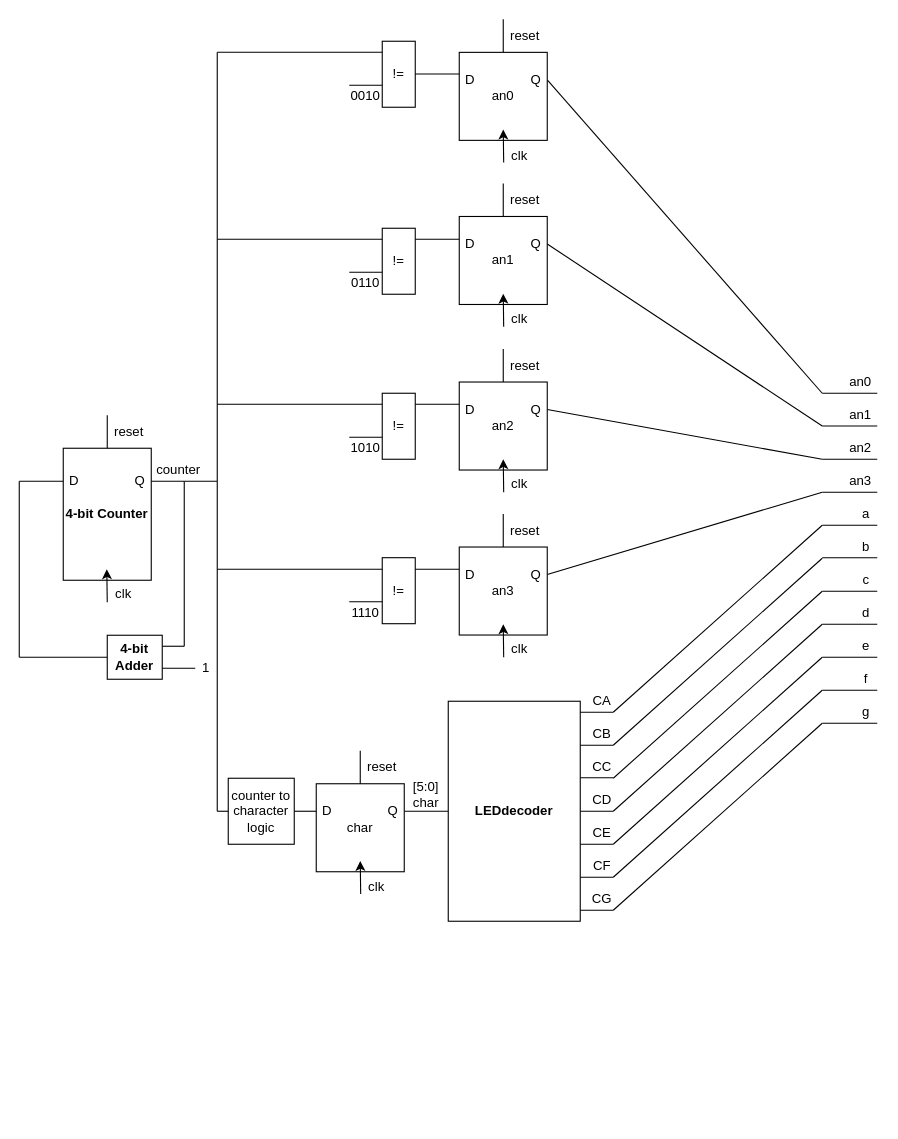
Earlier version of the draw.io diagram Lab1/dataflow/Lab1.drawio (ACrispyCookie/ECE333-Digital-Systems-Lab). Source tidied: cells renumbered, new cells numbered last; positions are measured from the earlier drawing's top-left corner, leaving out a move shared by most shapes. Both pictures are drawn from the tidied source at 110%, with x=0, y=0 at pixel (19, 19).
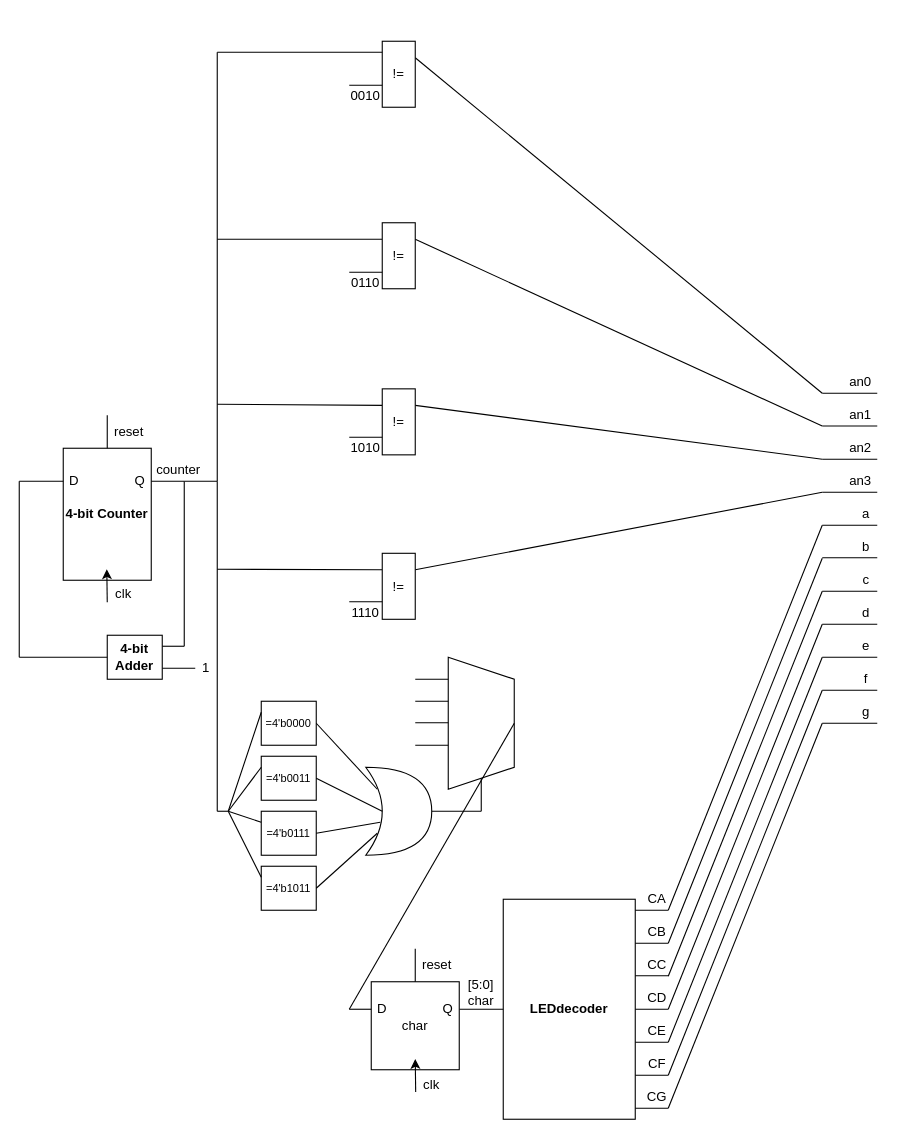
After the change.

Commit message (it also covers changes not shown here):
Change data flow design

The change refers to these unchanged cells:
```xml
<mxCell id="111" value="!=" style="rounded=0;whiteSpace=wrap;html=1;" parent="1" vertex="1">
  <mxGeometry x="330" y="20" width="30" height="60" as="geometry" />
</mxCell>
```

What changed in the source:
```diff
@@
-    <mxCell id="41" style="endArrow=none;html=1;rounded=0;exitX=1;exitY=0.5;exitDx=0;exitDy=0;" parent="1" edge="1" source="78">
+    <mxCell id="41" style="endArrow=none;html=1;rounded=0;exitX=1;exitY=0.25;exitDx=0;exitDy=0;" parent="1" edge="1" source="111">
       <mxGeometry relative="1" as="geometry">
         <mxPoint x="730" y="340" as="targetPoint" />
       </mxGeometry>
     </mxCell>
-    <mxCell id="42" style="endArrow=none;html=1;rounded=0;exitX=1;exitY=0.5;exitDx=0;exitDy=0;" parent="1" edge="1" source="85">
+    <mxCell id="42" style="endArrow=none;html=1;rounded=0;exitX=1;exitY=0.25;exitDx=0;exitDy=0;" parent="1" edge="1" source="126">
       <mxGeometry relative="1" as="geometry">
         <mxPoint x="730" y="369.8" as="targetPoint" />
       </mxGeometry>
     </mxCell>
-    <mxCell id="43" style="endArrow=none;html=1;rounded=0;exitX=1;exitY=0.5;exitDx=0;exitDy=0;" parent="1" edge="1" source="92">
+    <mxCell id="43" style="endArrow=none;html=1;rounded=0;exitX=1;exitY=0.25;exitDx=0;exitDy=0;" parent="1" edge="1" source="129">
       <mxGeometry relative="1" as="geometry">
         <mxPoint x="730" y="400" as="targetPoint" />
       </mxGeometry>
     </mxCell>
-    <mxCell id="44" style="endArrow=none;html=1;rounded=0;exitX=1;exitY=0.5;exitDx=0;exitDy=0;" parent="1" edge="1" source="99">
+    <mxCell id="44" style="endArrow=none;html=1;rounded=0;exitX=1;exitY=0.25;exitDx=0;exitDy=0;" parent="1" edge="1" source="132">
       <mxGeometry relative="1" as="geometry">
         <mxPoint x="730" y="430" as="targetPoint" />
       </mxGeometry>
     </mxCell>
     <mxCell id="45" style="group;" parent="1" vertex="1">
-      <mxGeometry x="270" y="610" width="270" height="210" as="geometry" />
+      <mxGeometry x="320" y="790" width="270" height="210" as="geometry" />
     </mxCell>
@@
-    <mxCell id="75" style="group;" parent="1" vertex="1">
-      <mxGeometry x="400" y="0.1" width="80" height="579.9" as="geometry" />
-    </mxCell>
-    <mxCell id="76" value="an0" style="rounded=0;whiteSpace=wrap;html=1;" parent="75" vertex="1">
-      <mxGeometry y="30" width="80" height="80" as="geometry" />
-    </mxCell>
-    <mxCell id="77" value="D" style="text;html=1;align=center;verticalAlign=middle;whiteSpace=wrap;rounded=0;" parent="75" vertex="1">
-      <mxGeometry y="40" width="20" height="30" as="geometry" />
-    </mxCell>
-    <mxCell id="78" value="Q" style="text;html=1;align=center;verticalAlign=middle;whiteSpace=wrap;rounded=0;" parent="75" vertex="1">
-      <mxGeometry x="60" y="45" width="20" height="20" as="geometry" />
-    </mxCell>
-    <mxCell id="79" style="endArrow=none;html=1;rounded=0;exitX=0.5;exitY=0;exitDx=0;exitDy=0;" parent="75" edge="1">
-      <mxGeometry relative="1" as="geometry">
-        <mxPoint x="40" y="30" as="sourcePoint" />
-        <mxPoint x="40" as="targetPoint" />
-      </mxGeometry>
-    </mxCell>
-    <mxCell id="80" value="reset" style="text;html=1;align=center;verticalAlign=middle;whiteSpace=wrap;rounded=0;" parent="75" vertex="1">
-      <mxGeometry x="40" width="40" height="30" as="geometry" />
-    </mxCell>
-    <mxCell id="81" style="endArrow=classic;html=1;rounded=0;" parent="75" edge="1">
-      <mxGeometry relative="1" as="geometry">
-        <mxPoint x="40.4" y="130.2" as="sourcePoint" />
-        <mxPoint x="40" y="100.2" as="targetPoint" />
-      </mxGeometry>
-    </mxCell>
-    <mxCell id="82" value="clk" style="text;html=1;align=center;verticalAlign=middle;whiteSpace=wrap;rounded=0;" parent="75" vertex="1">
-      <mxGeometry x="40.4" y="116.9" width="30" height="13.3" as="geometry" />
-    </mxCell>
-    <mxCell id="83" value="an1" style="rounded=0;whiteSpace=wrap;html=1;" parent="75" vertex="1">
-      <mxGeometry y="179.2" width="80" height="80" as="geometry" />
-    </mxCell>
-    <mxCell id="84" value="D" style="text;html=1;align=center;verticalAlign=middle;whiteSpace=wrap;rounded=0;" parent="75" vertex="1">
-      <mxGeometry y="189.2" width="20" height="30" as="geometry" />
-    </mxCell>
-    <mxCell id="85" value="Q" style="text;html=1;align=center;verticalAlign=middle;whiteSpace=wrap;rounded=0;" parent="75" vertex="1">
-      <mxGeometry x="60" y="194.2" width="20" height="20" as="geometry" />
-    </mxCell>
-    <mxCell id="86" style="endArrow=none;html=1;rounded=0;exitX=0.5;exitY=0;exitDx=0;exitDy=0;" parent="75" edge="1">
-      <mxGeometry relative="1" as="geometry">
-        <mxPoint x="40" y="179.2" as="sourcePoint" />
-        <mxPoint x="40" y="149.2" as="targetPoint" />
-      </mxGeometry>
-    </mxCell>
-    <mxCell id="87" value="reset" style="text;html=1;align=center;verticalAlign=middle;whiteSpace=wrap;rounded=0;" parent="75" vertex="1">
-      <mxGeometry x="40" y="149.2" width="40" height="30" as="geometry" />
-    </mxCell>
-    <mxCell id="88" style="endArrow=classic;html=1;rounded=0;" parent="75" edge="1">
-      <mxGeometry relative="1" as="geometry">
-        <mxPoint x="40.4" y="279.4" as="sourcePoint" />
-        <mxPoint x="40" y="249.4" as="targetPoint" />
-      </mxGeometry>
-    </mxCell>
-    <mxCell id="89" value="clk" style="text;html=1;align=center;verticalAlign=middle;whiteSpace=wrap;rounded=0;" parent="75" vertex="1">
-      <mxGeometry x="40.4" y="266.1" width="30" height="13.3" as="geometry" />
-    </mxCell>
-    <mxCell id="90" value="an2" style="rounded=0;whiteSpace=wrap;html=1;" parent="75" vertex="1">
-      <mxGeometry y="329.7" width="80" height="80" as="geometry" />
-    </mxCell>
-    <mxCell id="91" value="D" style="text;html=1;align=center;verticalAlign=middle;whiteSpace=wrap;rounded=0;" parent="75" vertex="1">
-      <mxGeometry y="339.7" width="20" height="30" as="geometry" />
-    </mxCell>
-    <mxCell id="92" value="Q" style="text;html=1;align=center;verticalAlign=middle;whiteSpace=wrap;rounded=0;" parent="75" vertex="1">
-      <mxGeometry x="60" y="344.7" width="20" height="20" as="geometry" />
-    </mxCell>
-    <mxCell id="93" style="endArrow=none;html=1;rounded=0;exitX=0.5;exitY=0;exitDx=0;exitDy=0;" parent="75" edge="1">
-      <mxGeometry relative="1" as="geometry">
-        <mxPoint x="40" y="329.7" as="sourcePoint" />
-        <mxPoint x="40" y="299.7" as="targetPoint" />
-      </mxGeometry>
-    </mxCell>
-    <mxCell id="94" value="reset" style="text;html=1;align=center;verticalAlign=middle;whiteSpace=wrap;rounded=0;" parent="75" vertex="1">
-      <mxGeometry x="40" y="299.7" width="40" height="30" as="geometry" />
-    </mxCell>
-    <mxCell id="95" style="endArrow=classic;html=1;rounded=0;" parent="75" edge="1">
-      <mxGeometry relative="1" as="geometry">
-        <mxPoint x="40.4" y="429.9" as="sourcePoint" />
-        <mxPoint x="40" y="399.9" as="targetPoint" />
-      </mxGeometry>
-    </mxCell>
-    <mxCell id="96" value="clk" style="text;html=1;align=center;verticalAlign=middle;whiteSpace=wrap;rounded=0;" parent="75" vertex="1">
-      <mxGeometry x="40.4" y="416.6" width="30" height="13.3" as="geometry" />
-    </mxCell>
-    <mxCell id="97" value="an3" style="rounded=0;whiteSpace=wrap;html=1;" parent="75" vertex="1">
-      <mxGeometry y="479.7" width="80" height="80" as="geometry" />
-    </mxCell>
-    <mxCell id="98" value="D" style="text;html=1;align=center;verticalAlign=middle;whiteSpace=wrap;rounded=0;" parent="75" vertex="1">
-      <mxGeometry y="489.7" width="20" height="30" as="geometry" />
-    </mxCell>
-    <mxCell id="99" value="Q" style="text;html=1;align=center;verticalAlign=middle;whiteSpace=wrap;rounded=0;" parent="75" vertex="1">
-      <mxGeometry x="60" y="494.7" width="20" height="20" as="geometry" />
-    </mxCell>
-    <mxCell id="100" style="endArrow=none;html=1;rounded=0;exitX=0.5;exitY=0;exitDx=0;exitDy=0;" parent="75" edge="1">
-      <mxGeometry relative="1" as="geometry">
-        <mxPoint x="40" y="479.7" as="sourcePoint" />
-        <mxPoint x="40" y="449.7" as="targetPoint" />
-      </mxGeometry>
-    </mxCell>
-    <mxCell id="101" value="reset" style="text;html=1;align=center;verticalAlign=middle;whiteSpace=wrap;rounded=0;" parent="75" vertex="1">
-      <mxGeometry x="40" y="449.7" width="40" height="30" as="geometry" />
-    </mxCell>
-    <mxCell id="102" style="endArrow=classic;html=1;rounded=0;" parent="75" edge="1">
-      <mxGeometry relative="1" as="geometry">
-        <mxPoint x="40.4" y="579.9" as="sourcePoint" />
-        <mxPoint x="40" y="549.9" as="targetPoint" />
-      </mxGeometry>
-    </mxCell>
-    <mxCell id="103" value="clk" style="text;html=1;align=center;verticalAlign=middle;whiteSpace=wrap;rounded=0;" parent="75" vertex="1">
-      <mxGeometry x="40.4" y="566.6" width="30" height="13.3" as="geometry" />
-    </mxCell>
@@
-    <mxCell id="118" style="endArrow=none;html=1;rounded=0;exitX=1;exitY=0.5;exitDx=0;exitDy=0;" parent="1" edge="1">
-      <mxGeometry relative="1" as="geometry">
-        <mxPoint x="360" y="49.8" as="sourcePoint" />
-        <mxPoint x="400" y="49.8" as="targetPoint" />
-      </mxGeometry>
-    </mxCell>
-    <mxCell id="119" style="endArrow=none;html=1;rounded=0;" parent="1" edge="1">
+    <mxCell id="119" style="endArrow=none;html=1;rounded=0;entryX=0;entryY=0.25;entryDx=0;entryDy=0;" parent="1" edge="1" target="126">
       <mxGeometry relative="1" as="geometry">
         <mxPoint x="180" y="200" as="sourcePoint" />
-        <mxPoint x="400" y="200" as="targetPoint" />
       </mxGeometry>
     </mxCell>
-    <mxCell id="120" style="endArrow=none;html=1;rounded=0;" parent="1" edge="1">
+    <mxCell id="120" style="endArrow=none;html=1;rounded=0;entryX=0;entryY=0.25;entryDx=0;entryDy=0;" parent="1" edge="1" target="129">
       <mxGeometry relative="1" as="geometry">
         <mxPoint x="180" y="350" as="sourcePoint" />
-        <mxPoint x="400" y="350" as="targetPoint" />
       </mxGeometry>
     </mxCell>
@@
-    <mxCell id="122" style="endArrow=none;html=1;rounded=0;" parent="1" edge="1">
+    <mxCell id="122" style="endArrow=none;html=1;rounded=0;entryX=0;entryY=0.25;entryDx=0;entryDy=0;" parent="1" edge="1" target="132">
       <mxGeometry relative="1" as="geometry">
         <mxPoint x="180" y="500" as="sourcePoint" />
-        <mxPoint x="400" y="500" as="targetPoint" />
       </mxGeometry>
     </mxCell>
-    <mxCell id="123" value="counter to character logic" style="rounded=0;whiteSpace=wrap;html=1;" parent="1" vertex="1">
-      <mxGeometry x="190" y="690" width="60" height="60" as="geometry" />
-    </mxCell>
-    <mxCell id="124" style="endArrow=none;html=1;rounded=0;exitX=1;exitY=0.5;exitDx=0;exitDy=0;" parent="1" edge="1" source="123">
+    <mxCell id="124" style="endArrow=none;html=1;rounded=0;exitX=1;exitY=0.5;exitDx=0;exitDy=0;" parent="1" edge="1">
       <mxGeometry relative="1" as="geometry">
-        <mxPoint x="270" y="720" as="targetPoint" />
+        <mxPoint x="300" y="900" as="sourcePoint" />
+        <mxPoint x="320" y="900" as="targetPoint" />
       </mxGeometry>
     </mxCell>
@@
     <mxCell id="126" value="!=" style="rounded=0;whiteSpace=wrap;html=1;" parent="1" vertex="1">
-      <mxGeometry x="330" y="190" width="30" height="60" as="geometry" />
+      <mxGeometry x="330" y="185" width="30" height="60" as="geometry" />
     </mxCell>
@@
     <mxCell id="129" value="!=" style="rounded=0;whiteSpace=wrap;html=1;" parent="1" vertex="1">
-      <mxGeometry x="330" y="340" width="30" height="60" as="geometry" />
+      <mxGeometry x="330" y="336" width="30" height="60" as="geometry" />
     </mxCell>
@@
     <mxCell id="132" value="!=" style="rounded=0;whiteSpace=wrap;html=1;" parent="1" vertex="1">
-      <mxGeometry x="330" y="489.5" width="30" height="60" as="geometry" />
+      <mxGeometry x="330" y="485.5" width="30" height="60" as="geometry" />
     </mxCell>
@@
+    <mxCell id="135" value="&lt;font style=&quot;font-size: 10px;&quot;&gt;=4'b0000&lt;/font&gt;" style="rounded=0;whiteSpace=wrap;html=1;" parent="1" vertex="1">
+      <mxGeometry x="220" y="620" width="50" height="40" as="geometry" />
+    </mxCell>
+    <mxCell id="136" value="&lt;font style=&quot;font-size: 10px;&quot;&gt;=4'b0011&lt;/font&gt;" style="rounded=0;whiteSpace=wrap;html=1;" parent="1" vertex="1">
+      <mxGeometry x="220" y="670" width="50" height="40" as="geometry" />
+    </mxCell>
+    <mxCell id="137" value="&lt;font style=&quot;font-size: 10px;&quot;&gt;=4'b0111&lt;/font&gt;" style="rounded=0;whiteSpace=wrap;html=1;" parent="1" vertex="1">
+      <mxGeometry x="220" y="720" width="50" height="40" as="geometry" />
+    </mxCell>
+    <mxCell id="138" value="&lt;font style=&quot;font-size: 10px;&quot;&gt;=4'b1011&lt;/font&gt;" style="rounded=0;whiteSpace=wrap;html=1;" parent="1" vertex="1">
+      <mxGeometry x="220" y="770" width="50" height="40" as="geometry" />
+    </mxCell>
+    <mxCell id="139" style="endArrow=none;html=1;rounded=0;entryX=0;entryY=0.25;entryDx=0;entryDy=0;" parent="1" edge="1" target="135">
+      <mxGeometry relative="1" as="geometry">
+        <mxPoint x="190" y="720" as="sourcePoint" />
+      </mxGeometry>
+    </mxCell>
+    <mxCell id="140" style="endArrow=none;html=1;rounded=0;entryX=0;entryY=0.25;entryDx=0;entryDy=0;" parent="1" edge="1" target="136">
+      <mxGeometry relative="1" as="geometry">
+        <mxPoint x="190" y="720" as="sourcePoint" />
+      </mxGeometry>
+    </mxCell>
+    <mxCell id="141" style="endArrow=none;html=1;rounded=0;entryX=0;entryY=0.25;entryDx=0;entryDy=0;" parent="1" edge="1" target="137">
+      <mxGeometry relative="1" as="geometry">
+        <mxPoint x="190" y="720" as="sourcePoint" />
+      </mxGeometry>
+    </mxCell>
+    <mxCell id="142" style="endArrow=none;html=1;rounded=0;exitX=0;exitY=0.25;exitDx=0;exitDy=0;" parent="1" edge="1" source="138">
+      <mxGeometry relative="1" as="geometry">
+        <mxPoint x="190" y="720" as="targetPoint" />
+      </mxGeometry>
+    </mxCell>
+    <mxCell id="143" style="shape=xor;whiteSpace=wrap;html=1;" parent="1" vertex="1">
+      <mxGeometry x="315" y="680" width="60" height="80" as="geometry" />
+    </mxCell>
+    <mxCell id="144" style="endArrow=none;html=1;rounded=0;entryX=0.175;entryY=0.25;entryDx=0;entryDy=0;entryPerimeter=0;" parent="1" edge="1" target="143">
+      <mxGeometry relative="1" as="geometry">
+        <mxPoint x="270" y="640" as="sourcePoint" />
+      </mxGeometry>
+    </mxCell>
+    <mxCell id="145" style="endArrow=none;html=1;rounded=0;entryX=0.25;entryY=0.5;entryDx=0;entryDy=0;entryPerimeter=0;" parent="1" edge="1" target="143">
+      <mxGeometry relative="1" as="geometry">
+        <mxPoint x="270" y="690" as="sourcePoint" />
+      </mxGeometry>
+    </mxCell>
+    <mxCell id="146" style="endArrow=none;html=1;rounded=0;entryX=0.22;entryY=0.625;entryDx=0;entryDy=0;entryPerimeter=0;" parent="1" edge="1" target="143">
+      <mxGeometry relative="1" as="geometry">
+        <mxPoint x="270" y="740" as="sourcePoint" />
+      </mxGeometry>
+    </mxCell>
+    <mxCell id="147" style="endArrow=none;html=1;rounded=0;entryX=0.175;entryY=0.75;entryDx=0;entryDy=0;entryPerimeter=0;" parent="1" edge="1" target="143">
+      <mxGeometry relative="1" as="geometry">
+        <mxPoint x="270" y="790" as="sourcePoint" />
+      </mxGeometry>
+    </mxCell>
+    <mxCell id="148" style="endArrow=none;html=1;rounded=0;" parent="1" edge="1">
+      <mxGeometry relative="1" as="geometry">
+        <mxPoint x="375" y="720" as="sourcePoint" />
+        <mxPoint x="420" y="720" as="targetPoint" />
+      </mxGeometry>
+    </mxCell>
+    <mxCell id="149" style="shape=trapezoid;perimeter=trapezoidPerimeter;whiteSpace=wrap;html=1;fixedSize=1;direction=south;" parent="1" vertex="1">
+      <mxGeometry x="390" y="580" width="60" height="120" as="geometry" />
+    </mxCell>
+    <mxCell id="150" style="endArrow=none;html=1;rounded=0;entryX=1;entryY=0.5;entryDx=0;entryDy=0;" parent="1" edge="1" target="149">
+      <mxGeometry relative="1" as="geometry">
+        <mxPoint x="420" y="720" as="sourcePoint" />
+      </mxGeometry>
+    </mxCell>
+    <mxCell id="151" style="endArrow=none;html=1;rounded=0;" parent="1" edge="1">
+      <mxGeometry relative="1" as="geometry">
+        <mxPoint x="360" y="600" as="sourcePoint" />
+        <mxPoint x="390" y="600" as="targetPoint" />
+      </mxGeometry>
+    </mxCell>
+    <mxCell id="152" style="endArrow=none;html=1;rounded=0;" parent="1" edge="1">
+      <mxGeometry relative="1" as="geometry">
+        <mxPoint x="360" y="620" as="sourcePoint" />
+        <mxPoint x="390" y="620" as="targetPoint" />
+      </mxGeometry>
+    </mxCell>
+    <mxCell id="153" style="endArrow=none;html=1;rounded=0;" parent="1" edge="1">
+      <mxGeometry relative="1" as="geometry">
+        <mxPoint x="360" y="639.6" as="sourcePoint" />
+        <mxPoint x="390" y="639.6" as="targetPoint" />
+      </mxGeometry>
+    </mxCell>
+    <mxCell id="154" style="endArrow=none;html=1;rounded=0;" parent="1" edge="1">
+      <mxGeometry relative="1" as="geometry">
+        <mxPoint x="360" y="660" as="sourcePoint" />
+        <mxPoint x="390" y="660" as="targetPoint" />
+      </mxGeometry>
+    </mxCell>
+    <mxCell id="155" style="endArrow=none;html=1;rounded=0;" parent="1" edge="1">
+      <mxGeometry relative="1" as="geometry">
+        <mxPoint x="450" y="640" as="sourcePoint" />
+        <mxPoint x="300" y="900" as="targetPoint" />
+      </mxGeometry>
+    </mxCell>
```
